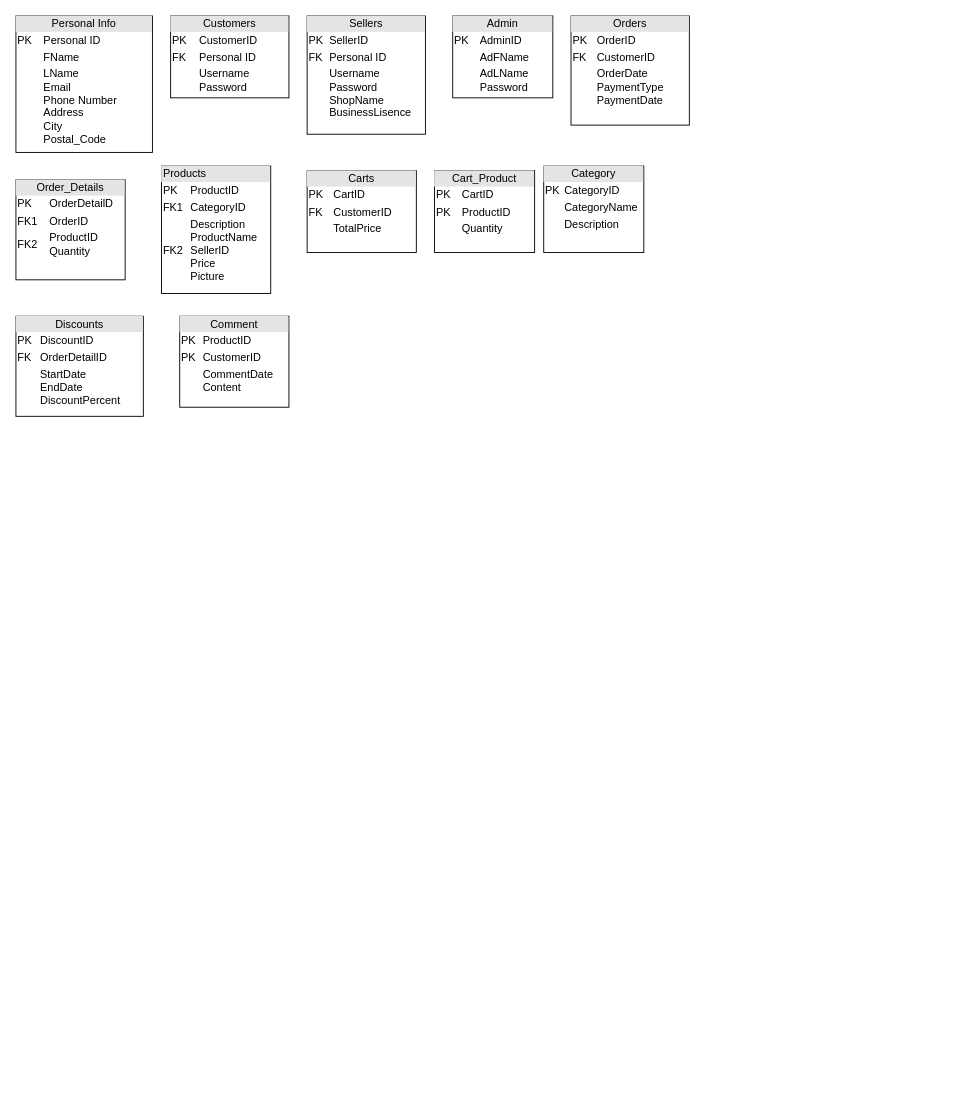
Above: Relational Model.drawio in PhucAnh0502/Database (draw.io), before the change. Source tidied: cells renumbered, new cells numbered last; positions are measured from the earlier drawing's top-left corner, leaving out a move shared by most shapes. Both pictures are drawn from the tidied source at 91%, with x=0, y=0 at pixel (15, 15).
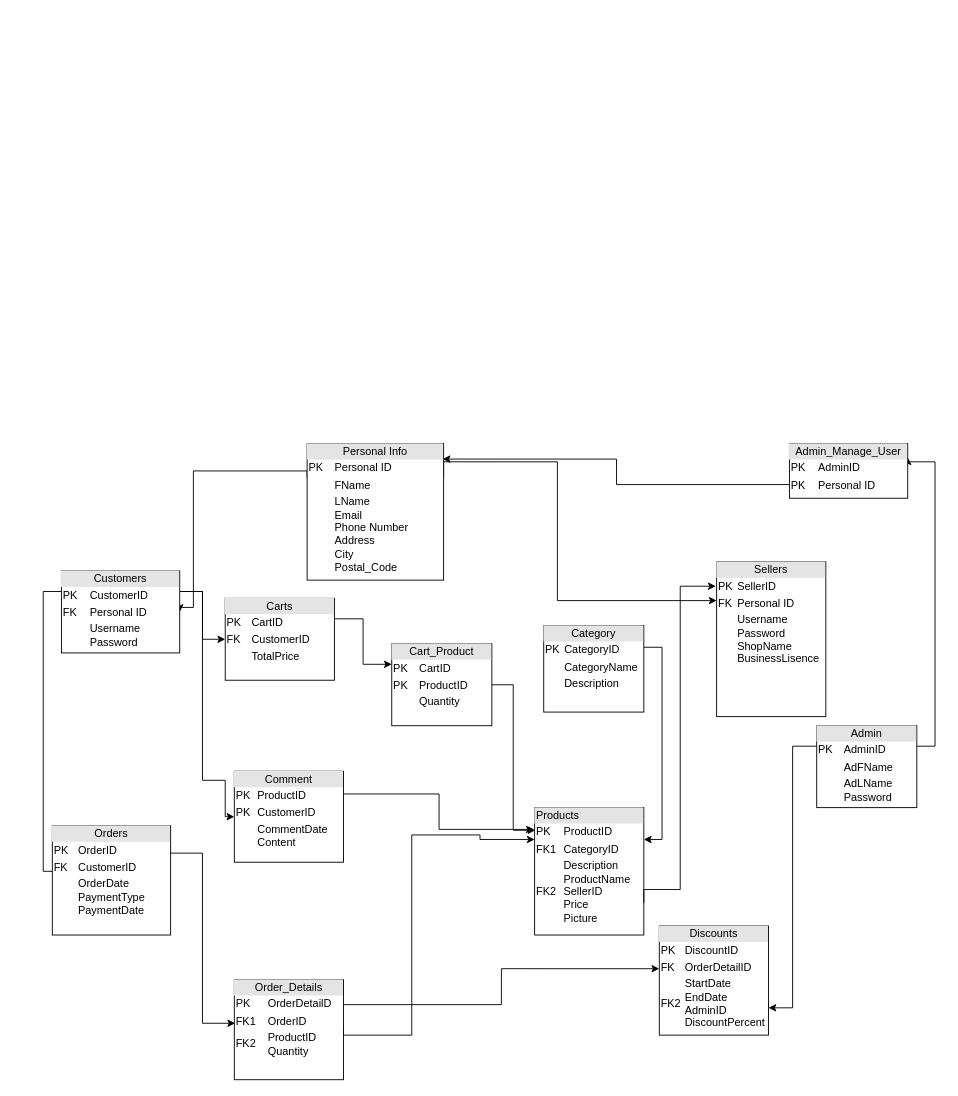
The same page after the edit.

Commit message:
Relation Convert

The edit, as a diff of the source:
```diff
@@
+    <mxCell id="14" style="edgeStyle=orthogonalEdgeStyle;rounded=0;jettySize=auto;html=1;exitX=0;exitY=0.25;exitDx=0;exitDy=0;entryX=1;entryY=0.5;entryDx=0;entryDy=0;" parent="1" edge="1" source="2" target="3">
+      <mxGeometry relative="1" as="geometry">
+        <Array as="points">
+          <mxPoint x="320" y="500" />
+          <mxPoint x="195" y="500" />
+          <mxPoint x="195" y="650" />
+        </Array>
+      </mxGeometry>
+    </mxCell>
+    <mxCell id="15" style="edgeStyle=orthogonalEdgeStyle;rounded=0;jettySize=auto;html=1;exitX=1;exitY=0.25;exitDx=0;exitDy=0;entryX=0;entryY=0.25;entryDx=0;entryDy=0;" parent="1" edge="1" source="2" target="4">
+      <mxGeometry relative="1" as="geometry">
+        <Array as="points">
+          <mxPoint x="470" y="490" />
+          <mxPoint x="595" y="490" />
+          <mxPoint x="595" y="643" />
+        </Array>
+      </mxGeometry>
+    </mxCell>
     <mxCell id="2" value="&lt;div style=&quot;text-align: center; box-sizing: border-box; width: 100%; background: rgb(228, 228, 228); padding: 2px;&quot;&gt;Personal Info&lt;/div&gt;&lt;table style=&quot;width:100%;font-size:1em;&quot; cellpadding=&quot;2&quot; cellspacing=&quot;0&quot;&gt;&lt;tbody&gt;&lt;tr&gt;&lt;td style=&quot;text-align: justify;&quot;&gt;PK&lt;/td&gt;&lt;td style=&quot;text-align: justify;&quot;&gt;Personal ID&lt;/td&gt;&lt;/tr&gt;&lt;tr&gt;&lt;td style=&quot;text-align: justify;&quot;&gt;&lt;br&gt;&lt;/td&gt;&lt;td style=&quot;text-align: justify;&quot;&gt;FName&lt;/td&gt;&lt;/tr&gt;&lt;tr&gt;&lt;td style=&quot;text-align: justify;&quot;&gt;&lt;/td&gt;&lt;td&gt;&lt;div style=&quot;text-align: justify;&quot;&gt;&lt;span style=&quot;font-size: 1em; background-color: initial;&quot;&gt;LName&lt;/span&gt;&lt;/div&gt;&lt;div style=&quot;text-align: justify;&quot;&gt;&lt;span style=&quot;font-size: 1em; background-color: initial;&quot;&gt;Email&lt;/span&gt;&lt;/div&gt;&lt;div style=&quot;text-align: justify;&quot;&gt;&lt;span style=&quot;font-size: 1em; background-color: initial;&quot;&gt;Phone Number&lt;/span&gt;&lt;/div&gt;&lt;div style=&quot;text-align: justify;&quot;&gt;&lt;span style=&quot;font-size: 1em; background-color: initial;&quot;&gt;Address&lt;/span&gt;&lt;/div&gt;&lt;div style=&quot;text-align: justify;&quot;&gt;&lt;span style=&quot;font-size: 1em; background-color: initial;&quot;&gt;City&lt;/span&gt;&lt;/div&gt;&lt;div style=&quot;text-align: justify;&quot;&gt;&lt;span style=&quot;font-size: 1em; background-color: initial;&quot;&gt;Postal_Code&lt;/span&gt;&lt;/div&gt;&lt;br&gt;&lt;/td&gt;&lt;/tr&gt;&lt;/tbody&gt;&lt;/table&gt;" style="verticalAlign=top;align=left;overflow=fill;html=1;whiteSpace=wrap;" parent="1" vertex="1">
-      <mxGeometry width="150" height="150" as="geometry" />
+      <mxGeometry x="320" y="470" width="150" height="150" as="geometry" />
     </mxCell>
+    <mxCell id="16" style="edgeStyle=orthogonalEdgeStyle;rounded=0;jettySize=auto;html=1;exitX=1;exitY=0.25;exitDx=0;exitDy=0;entryX=0;entryY=0.5;entryDx=0;entryDy=0;" parent="1" edge="1" source="3" target="13">
+      <mxGeometry relative="1" as="geometry">
+        <Array as="points">
+          <mxPoint x="205" y="633" />
+          <mxPoint x="205" y="840" />
+          <mxPoint x="230" y="840" />
+        </Array>
+      </mxGeometry>
+    </mxCell>
+    <mxCell id="17" style="edgeStyle=orthogonalEdgeStyle;rounded=0;jettySize=auto;html=1;exitX=0;exitY=0.25;exitDx=0;exitDy=0;entryX=0;entryY=0.5;entryDx=0;entryDy=0;" parent="1" edge="1" source="3" target="6">
+      <mxGeometry relative="1" as="geometry">
+        <Array as="points">
+          <mxPoint x="30" y="633" />
+          <mxPoint x="30" y="940" />
+          <mxPoint x="60" y="940" />
+        </Array>
+      </mxGeometry>
+    </mxCell>
+    <mxCell id="18" style="edgeStyle=orthogonalEdgeStyle;rounded=0;jettySize=auto;html=1;exitX=1;exitY=0.25;exitDx=0;exitDy=0;entryX=0;entryY=0.5;entryDx=0;entryDy=0;" parent="1" edge="1" source="3" target="9">
+      <mxGeometry relative="1" as="geometry" />
+    </mxCell>
     <mxCell id="3" value="&lt;div style=&quot;text-align: center; box-sizing: border-box; width: 100%; background: rgb(228, 228, 228); padding: 2px;&quot;&gt;Customers&lt;/div&gt;&lt;table style=&quot;text-align: justify; width: 100%; font-size: 1em;&quot; cellpadding=&quot;2&quot; cellspacing=&quot;0&quot;&gt;&lt;tbody&gt;&lt;tr&gt;&lt;td&gt;PK&lt;/td&gt;&lt;td&gt;CustomerID&lt;/td&gt;&lt;/tr&gt;&lt;tr&gt;&lt;td&gt;FK&lt;/td&gt;&lt;td&gt;Personal ID&lt;/td&gt;&lt;/tr&gt;&lt;tr&gt;&lt;td&gt;&lt;/td&gt;&lt;td&gt;Username&lt;br&gt;Password&lt;/td&gt;&lt;/tr&gt;&lt;/tbody&gt;&lt;/table&gt;" style="verticalAlign=top;align=left;overflow=fill;html=1;whiteSpace=wrap;" parent="1" vertex="1">
-      <mxGeometry x="170" width="130" height="90" as="geometry" />
+      <mxGeometry x="50" y="610" width="130" height="90" as="geometry" />
     </mxCell>
     <mxCell id="4" value="&lt;div style=&quot;text-align: center; box-sizing: border-box; width: 100%; background: rgb(228, 228, 228); padding: 2px;&quot;&gt;Sellers&lt;/div&gt;&lt;table style=&quot;text-align: justify; width: 100%; font-size: 1em;&quot; cellpadding=&quot;2&quot; cellspacing=&quot;0&quot;&gt;&lt;tbody&gt;&lt;tr&gt;&lt;td&gt;PK&lt;/td&gt;&lt;td&gt;SellerID&lt;/td&gt;&lt;/tr&gt;&lt;tr&gt;&lt;td&gt;FK&lt;/td&gt;&lt;td&gt;Personal ID&lt;/td&gt;&lt;/tr&gt;&lt;tr&gt;&lt;td&gt;&lt;/td&gt;&lt;td&gt;Username&lt;br&gt;Password&lt;br&gt;ShopName&lt;br&gt;BusinessLisence&lt;br&gt;&lt;/td&gt;&lt;/tr&gt;&lt;/tbody&gt;&lt;/table&gt;" style="verticalAlign=top;align=left;overflow=fill;html=1;whiteSpace=wrap;" parent="1" vertex="1">
-      <mxGeometry x="320" width="130" height="130" as="geometry" />
+      <mxGeometry x="770" y="600" width="120" height="170" as="geometry" />
     </mxCell>
+    <mxCell id="19" style="edgeStyle=orthogonalEdgeStyle;rounded=0;jettySize=auto;html=1;exitX=1;exitY=0.25;exitDx=0;exitDy=0;entryX=1;entryY=0.25;entryDx=0;entryDy=0;" parent="1" edge="1" source="5" target="24">
+      <mxGeometry relative="1" as="geometry">
+        <Array as="points">
+          <mxPoint x="1010" y="803" />
+          <mxPoint x="1010" y="490" />
+          <mxPoint x="980" y="490" />
+        </Array>
+      </mxGeometry>
+    </mxCell>
+    <mxCell id="20" style="edgeStyle=orthogonalEdgeStyle;rounded=0;jettySize=auto;html=1;exitX=0;exitY=0.25;exitDx=0;exitDy=0;entryX=1;entryY=0.75;entryDx=0;entryDy=0;" parent="1" edge="1" source="5" target="12">
+      <mxGeometry relative="1" as="geometry" />
+    </mxCell>
     <mxCell id="5" value="&lt;div style=&quot;text-align: center; box-sizing: border-box; width: 100%; background: rgb(228, 228, 228); padding: 2px;&quot;&gt;Admin&lt;/div&gt;&lt;table style=&quot;text-align: center; width: 100%; font-size: 1em;&quot; cellpadding=&quot;2&quot; cellspacing=&quot;0&quot;&gt;&lt;tbody&gt;&lt;tr&gt;&lt;td style=&quot;text-align: justify;&quot;&gt;PK&lt;/td&gt;&lt;td style=&quot;text-align: justify;&quot;&gt;AdminID&lt;/td&gt;&lt;/tr&gt;&lt;tr&gt;&lt;td style=&quot;text-align: justify;&quot;&gt;&lt;/td&gt;&lt;td style=&quot;text-align: justify;&quot;&gt;AdFName&lt;/td&gt;&lt;/tr&gt;&lt;tr&gt;&lt;td style=&quot;text-align: justify;&quot;&gt;&lt;/td&gt;&lt;td style=&quot;text-align: justify;&quot;&gt;AdLName&lt;br&gt;Password&lt;/td&gt;&lt;/tr&gt;&lt;/tbody&gt;&lt;/table&gt;" style="verticalAlign=top;align=left;overflow=fill;html=1;whiteSpace=wrap;" parent="1" vertex="1">
-      <mxGeometry x="480" width="110" height="90" as="geometry" />
+      <mxGeometry x="880" y="780" width="110" height="90" as="geometry" />
     </mxCell>
     <mxCell id="6" value="&lt;div style=&quot;text-align: center; box-sizing: border-box; width: 100%; background: rgb(228, 228, 228); padding: 2px;&quot;&gt;Orders&lt;/div&gt;&lt;table style=&quot;width:100%;font-size:1em;&quot; cellpadding=&quot;2&quot; cellspacing=&quot;0&quot;&gt;&lt;tbody&gt;&lt;tr&gt;&lt;td&gt;PK&lt;/td&gt;&lt;td&gt;OrderID&lt;/td&gt;&lt;/tr&gt;&lt;tr&gt;&lt;td&gt;FK&lt;/td&gt;&lt;td&gt;CustomerID&lt;/td&gt;&lt;/tr&gt;&lt;tr&gt;&lt;td&gt;&lt;/td&gt;&lt;td&gt;OrderDate&lt;br&gt;PaymentType&lt;br&gt;PaymentDate&lt;/td&gt;&lt;/tr&gt;&lt;/tbody&gt;&lt;/table&gt;" style="verticalAlign=top;align=left;overflow=fill;html=1;whiteSpace=wrap;" parent="1" vertex="1">
-      <mxGeometry x="610" width="130" height="120" as="geometry" />
+      <mxGeometry x="40" y="890" width="130" height="120" as="geometry" />
     </mxCell>
+    <mxCell id="21" style="edgeStyle=orthogonalEdgeStyle;rounded=0;jettySize=auto;html=1;exitX=1;exitY=0.5;exitDx=0;exitDy=0;entryX=0;entryY=0.25;entryDx=0;entryDy=0;" parent="1" edge="1" source="7" target="8">
+      <mxGeometry relative="1" as="geometry">
+        <Array as="points">
+          <mxPoint x="360" y="1120" />
+          <mxPoint x="435" y="1120" />
+          <mxPoint x="435" y="900" />
+          <mxPoint x="510" y="900" />
+        </Array>
+      </mxGeometry>
+    </mxCell>
     <mxCell id="7" value="&lt;div style=&quot;text-align: center; box-sizing: border-box; width: 100%; background: rgb(228, 228, 228); padding: 2px;&quot;&gt;Order_Details&lt;/div&gt;&lt;table style=&quot;width:100%;font-size:1em;&quot; cellpadding=&quot;2&quot; cellspacing=&quot;0&quot;&gt;&lt;tbody&gt;&lt;tr&gt;&lt;td&gt;PK&lt;/td&gt;&lt;td&gt;OrderDetailD&lt;/td&gt;&lt;/tr&gt;&lt;tr&gt;&lt;td&gt;FK1&lt;span style=&quot;white-space: pre;&quot;&gt;&#9;&lt;/span&gt;&lt;/td&gt;&lt;td&gt;OrderID&lt;/td&gt;&lt;/tr&gt;&lt;tr&gt;&lt;td&gt;FK2&lt;/td&gt;&lt;td&gt;ProductID&lt;br&gt;Quantity&lt;/td&gt;&lt;/tr&gt;&lt;/tbody&gt;&lt;/table&gt;" style="verticalAlign=top;align=left;overflow=fill;html=1;whiteSpace=wrap;" parent="1" vertex="1">
-      <mxGeometry y="180" width="120" height="110" as="geometry" />
+      <mxGeometry x="240" y="1059" width="120" height="110" as="geometry" />
     </mxCell>
     <mxCell id="8" value="&lt;div style=&quot;box-sizing: border-box; width: 100%; background: rgb(228, 228, 228); padding: 2px;&quot;&gt;Products&lt;/div&gt;&lt;table style=&quot;width: 100%; font-size: 1em;&quot; cellpadding=&quot;2&quot; cellspacing=&quot;0&quot;&gt;&lt;tbody&gt;&lt;tr&gt;&lt;td&gt;PK&lt;/td&gt;&lt;td&gt;ProductID&lt;/td&gt;&lt;/tr&gt;&lt;tr&gt;&lt;td&gt;FK1&lt;/td&gt;&lt;td&gt;CategoryID&lt;br&gt;&lt;/td&gt;&lt;/tr&gt;&lt;tr&gt;&lt;td&gt;FK2&lt;br&gt;&lt;/td&gt;&lt;td&gt;Description&lt;br&gt;ProductName&lt;br&gt;SellerID&lt;br&gt;Price&lt;br&gt;Picture&lt;br&gt;&lt;/td&gt;&lt;/tr&gt;&lt;/tbody&gt;&lt;/table&gt;" style="verticalAlign=top;align=left;overflow=fill;html=1;whiteSpace=wrap;" parent="1" vertex="1">
-      <mxGeometry x="160" y="165" width="120" height="140" as="geometry" />
+      <mxGeometry x="570" y="870" width="120" height="140" as="geometry" />
     </mxCell>
+    <mxCell id="22" style="edgeStyle=orthogonalEdgeStyle;rounded=0;jettySize=auto;html=1;exitX=1;exitY=0.25;exitDx=0;exitDy=0;entryX=0;entryY=0.25;entryDx=0;entryDy=0;" parent="1" edge="1" source="9" target="10">
+      <mxGeometry relative="1" as="geometry" />
+    </mxCell>
     <mxCell id="9" value="&lt;div style=&quot;text-align: center; box-sizing: border-box; width: 100%; background: rgb(228, 228, 228); padding: 2px;&quot;&gt;Carts&lt;/div&gt;&lt;table style=&quot;width:100%;font-size:1em;&quot; cellpadding=&quot;2&quot; cellspacing=&quot;0&quot;&gt;&lt;tbody&gt;&lt;tr&gt;&lt;td&gt;PK&lt;/td&gt;&lt;td&gt;CartID&lt;/td&gt;&lt;/tr&gt;&lt;tr&gt;&lt;td&gt;FK&lt;/td&gt;&lt;td&gt;CustomerID&lt;/td&gt;&lt;/tr&gt;&lt;tr&gt;&lt;td&gt;&lt;br&gt;&lt;/td&gt;&lt;td&gt;TotalPrice&lt;/td&gt;&lt;/tr&gt;&lt;/tbody&gt;&lt;/table&gt;" style="verticalAlign=top;align=left;overflow=fill;html=1;whiteSpace=wrap;" parent="1" vertex="1">
-      <mxGeometry x="320" y="170" width="120" height="90" as="geometry" />
+      <mxGeometry x="230" y="640" width="120" height="90" as="geometry" />
     </mxCell>
     <mxCell id="10" value="&lt;div style=&quot;text-align: center; box-sizing: border-box; width: 100%; background: rgb(228, 228, 228); padding: 2px;&quot;&gt;Cart_Product&lt;/div&gt;&lt;table style=&quot;width:100%;font-size:1em;&quot; cellpadding=&quot;2&quot; cellspacing=&quot;0&quot;&gt;&lt;tbody&gt;&lt;tr&gt;&lt;td&gt;PK&lt;/td&gt;&lt;td&gt;CartID&lt;/td&gt;&lt;/tr&gt;&lt;tr&gt;&lt;td&gt;PK&lt;/td&gt;&lt;td&gt;ProductID&lt;/td&gt;&lt;/tr&gt;&lt;tr&gt;&lt;td&gt;&lt;br&gt;&lt;/td&gt;&lt;td&gt;Quantity&lt;/td&gt;&lt;/tr&gt;&lt;/tbody&gt;&lt;/table&gt;" style="verticalAlign=top;align=left;overflow=fill;html=1;whiteSpace=wrap;" parent="1" vertex="1">
-      <mxGeometry x="460" y="170" width="110" height="90" as="geometry" />
+      <mxGeometry x="413" y="690" width="110" height="90" as="geometry" />
     </mxCell>
+    <mxCell id="23" style="edgeStyle=orthogonalEdgeStyle;rounded=0;jettySize=auto;html=1;exitX=1;exitY=0.25;exitDx=0;exitDy=0;entryX=1;entryY=0.25;entryDx=0;entryDy=0;" parent="1" edge="1" source="11" target="8">
+      <mxGeometry relative="1" as="geometry" />
+    </mxCell>
     <mxCell id="11" value="&lt;div style=&quot;text-align: center; box-sizing: border-box; width: 100%; background: rgb(228, 228, 228); padding: 2px;&quot;&gt;Category&lt;/div&gt;&lt;table style=&quot;width:100%;font-size:1em;&quot; cellpadding=&quot;2&quot; cellspacing=&quot;0&quot;&gt;&lt;tbody&gt;&lt;tr&gt;&lt;td&gt;PK&lt;/td&gt;&lt;td&gt;CategoryID&lt;/td&gt;&lt;/tr&gt;&lt;tr&gt;&lt;td&gt;&lt;br&gt;&lt;/td&gt;&lt;td&gt;CategoryName&lt;/td&gt;&lt;/tr&gt;&lt;tr&gt;&lt;td&gt;&lt;/td&gt;&lt;td&gt;Description&lt;/td&gt;&lt;/tr&gt;&lt;/tbody&gt;&lt;/table&gt;" style="verticalAlign=top;align=left;overflow=fill;html=1;whiteSpace=wrap;" parent="1" vertex="1">
-      <mxGeometry x="580" y="165" width="110" height="95" as="geometry" />
+      <mxGeometry x="580" y="670" width="110" height="95" as="geometry" />
     </mxCell>
-    <mxCell id="12" value="&lt;div style=&quot;text-align: center; box-sizing: border-box; width: 100%; background: rgb(228, 228, 228); padding: 2px;&quot;&gt;Discounts&lt;/div&gt;&lt;table style=&quot;width: 100%; font-size: 1em;&quot; cellpadding=&quot;2&quot; cellspacing=&quot;0&quot;&gt;&lt;tbody&gt;&lt;tr&gt;&lt;td&gt;PK&lt;/td&gt;&lt;td&gt;DiscountID&lt;/td&gt;&lt;/tr&gt;&lt;tr&gt;&lt;td&gt;FK&lt;/td&gt;&lt;td&gt;OrderDetailID&lt;/td&gt;&lt;/tr&gt;&lt;tr&gt;&lt;td&gt;&lt;/td&gt;&lt;td&gt;StartDate&lt;br&gt;EndDate&lt;br&gt;DiscountPercent&lt;/td&gt;&lt;/tr&gt;&lt;/tbody&gt;&lt;/table&gt;" style="verticalAlign=top;align=left;overflow=fill;html=1;whiteSpace=wrap;" parent="1" vertex="1">
-      <mxGeometry y="330" width="140" height="110" as="geometry" />
+    <mxCell id="12" value="&lt;div style=&quot;text-align: center; box-sizing: border-box; width: 100%; background: rgb(228, 228, 228); padding: 2px;&quot;&gt;Discounts&lt;/div&gt;&lt;table style=&quot;width: 100%; font-size: 1em;&quot; cellpadding=&quot;2&quot; cellspacing=&quot;0&quot;&gt;&lt;tbody&gt;&lt;tr&gt;&lt;td&gt;PK&lt;/td&gt;&lt;td&gt;DiscountID&lt;/td&gt;&lt;/tr&gt;&lt;tr&gt;&lt;td&gt;FK&lt;/td&gt;&lt;td&gt;OrderDetailID&lt;br&gt;&lt;/td&gt;&lt;/tr&gt;&lt;tr&gt;&lt;td&gt;FK2&lt;/td&gt;&lt;td&gt;StartDate&lt;br&gt;EndDate&lt;br&gt;AdminID&lt;br&gt;DiscountPercent&lt;/td&gt;&lt;/tr&gt;&lt;/tbody&gt;&lt;/table&gt;" style="verticalAlign=top;align=left;overflow=fill;html=1;whiteSpace=wrap;" parent="1" vertex="1">
+      <mxGeometry x="707" y="1000" width="120" height="120" as="geometry" />
     </mxCell>
     <mxCell id="13" value="&lt;div style=&quot;text-align: center; box-sizing: border-box; width: 100%; background: rgb(228, 228, 228); padding: 2px;&quot;&gt;Comment&lt;/div&gt;&lt;table style=&quot;width: 100%; font-size: 1em;&quot; cellpadding=&quot;2&quot; cellspacing=&quot;0&quot;&gt;&lt;tbody&gt;&lt;tr&gt;&lt;td&gt;PK&lt;/td&gt;&lt;td&gt;ProductID&lt;/td&gt;&lt;/tr&gt;&lt;tr&gt;&lt;td&gt;PK&lt;/td&gt;&lt;td&gt;CustomerID&lt;/td&gt;&lt;/tr&gt;&lt;tr&gt;&lt;td&gt;&lt;/td&gt;&lt;td&gt;CommentDate&lt;br&gt;Content&lt;/td&gt;&lt;/tr&gt;&lt;/tbody&gt;&lt;/table&gt;" style="verticalAlign=top;align=left;overflow=fill;html=1;whiteSpace=wrap;" parent="1" vertex="1">
-      <mxGeometry x="180" y="330" width="120" height="100" as="geometry" />
+      <mxGeometry x="240" y="830" width="120" height="100" as="geometry" />
     </mxCell>
+    <mxCell id="24" value="&lt;div style=&quot;text-align: center; box-sizing: border-box; width: 100%; background: rgb(228, 228, 228); padding: 2px;&quot;&gt;Admin_Manage_User&lt;/div&gt;&lt;table style=&quot;width:100%;font-size:1em;&quot; cellpadding=&quot;2&quot; cellspacing=&quot;0&quot;&gt;&lt;tbody&gt;&lt;tr&gt;&lt;td&gt;PK&lt;/td&gt;&lt;td&gt;AdminID&lt;/td&gt;&lt;/tr&gt;&lt;tr&gt;&lt;td&gt;PK&lt;/td&gt;&lt;td&gt;Personal ID&lt;/td&gt;&lt;/tr&gt;&lt;tr&gt;&lt;td&gt;&lt;br&gt;&lt;/td&gt;&lt;td&gt;&lt;br&gt;&lt;/td&gt;&lt;/tr&gt;&lt;/tbody&gt;&lt;/table&gt;" style="verticalAlign=top;align=left;overflow=fill;html=1;whiteSpace=wrap;" parent="1" vertex="1">
+      <mxGeometry x="850" y="470" width="130" height="60" as="geometry" />
+    </mxCell>
+    <mxCell id="25" style="edgeStyle=orthogonalEdgeStyle;rounded=0;jettySize=auto;html=1;exitX=0;exitY=0.75;exitDx=0;exitDy=0;entryX=0.993;entryY=0.113;entryDx=0;entryDy=0;entryPerimeter=0;" parent="1" edge="1" source="24" target="2">
+      <mxGeometry relative="1" as="geometry" />
+    </mxCell>
+    <mxCell id="26" style="edgeStyle=orthogonalEdgeStyle;rounded=0;jettySize=auto;html=1;exitX=1;exitY=0.25;exitDx=0;exitDy=0;entryX=-0.008;entryY=0.171;entryDx=0;entryDy=0;entryPerimeter=0;" parent="1" edge="1" source="13" target="8">
+      <mxGeometry relative="1" as="geometry" />
+    </mxCell>
+    <mxCell id="27" style="edgeStyle=orthogonalEdgeStyle;rounded=0;jettySize=auto;html=1;exitX=1;exitY=0.25;exitDx=0;exitDy=0;entryX=0.008;entryY=0.436;entryDx=0;entryDy=0;entryPerimeter=0;" parent="1" edge="1" source="6" target="7">
+      <mxGeometry relative="1" as="geometry" />
+    </mxCell>
+    <mxCell id="28" style="edgeStyle=orthogonalEdgeStyle;rounded=0;jettySize=auto;html=1;exitX=1;exitY=0.25;exitDx=0;exitDy=0;entryX=0;entryY=0.392;entryDx=0;entryDy=0;entryPerimeter=0;" parent="1" edge="1" source="7" target="12">
+      <mxGeometry relative="1" as="geometry" />
+    </mxCell>
+    <mxCell id="29" style="edgeStyle=orthogonalEdgeStyle;rounded=0;jettySize=auto;html=1;exitX=1;exitY=0.5;exitDx=0;exitDy=0;entryX=0.007;entryY=0.178;entryDx=0;entryDy=0;entryPerimeter=0;" parent="1" edge="1" source="10" target="8">
+      <mxGeometry relative="1" as="geometry" />
+    </mxCell>
+    <mxCell id="30" style="edgeStyle=orthogonalEdgeStyle;rounded=0;jettySize=auto;html=1;exitX=1;exitY=0.75;exitDx=0;exitDy=0;entryX=-0.008;entryY=0.157;entryDx=0;entryDy=0;entryPerimeter=0;" parent="1" edge="1" source="8" target="4">
+      <mxGeometry relative="1" as="geometry">
+        <Array as="points">
+          <mxPoint x="690" y="960" />
+          <mxPoint x="730" y="960" />
+          <mxPoint x="730" y="627" />
+        </Array>
+      </mxGeometry>
+    </mxCell>
```
